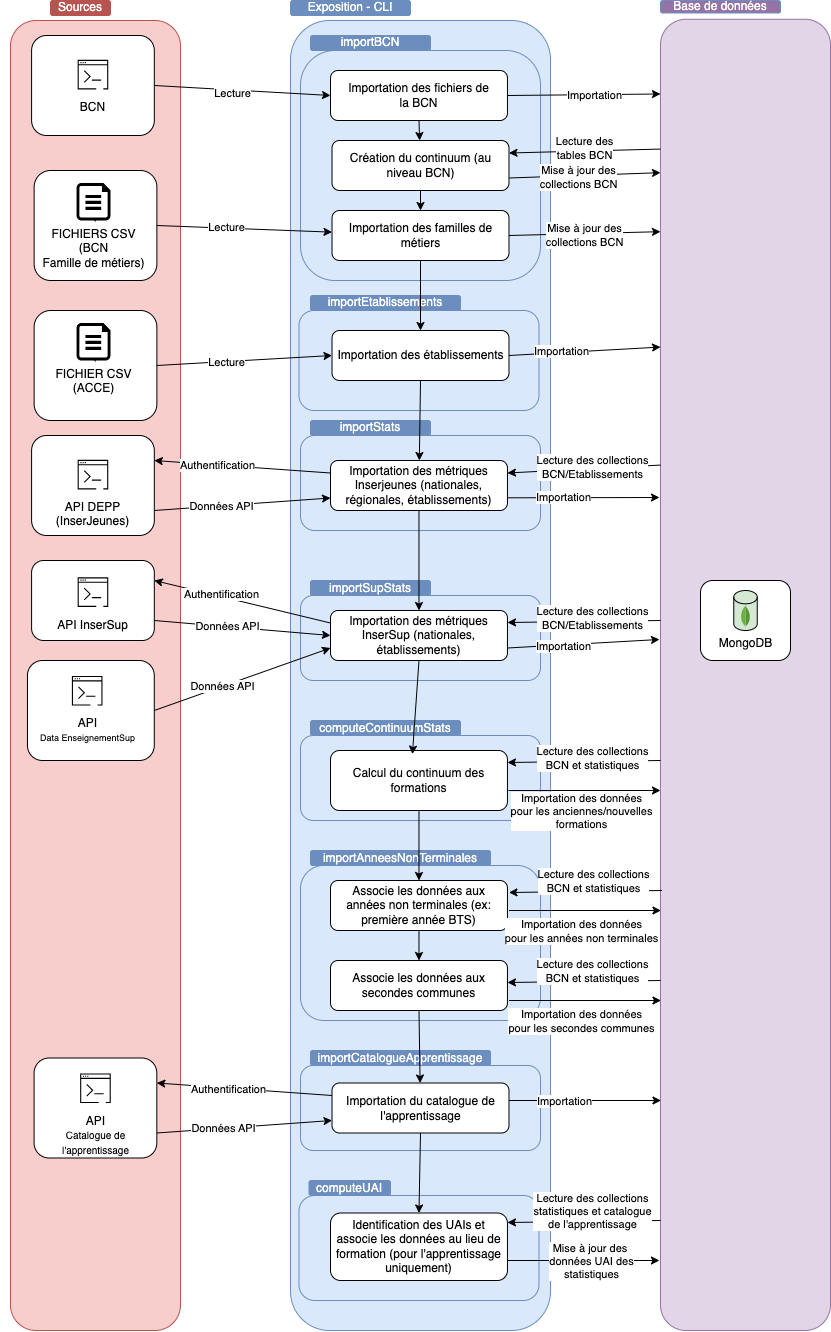
Before: docs/dat/ordonnancement_job.png, a diagram exported from draw.io (mission-apprentissage/trajectoires-pro). Source tidied: cells renumbered, new cells last; positions are measured from the earlier drawing's top-left corner, leaving out a move shared by most shapes.
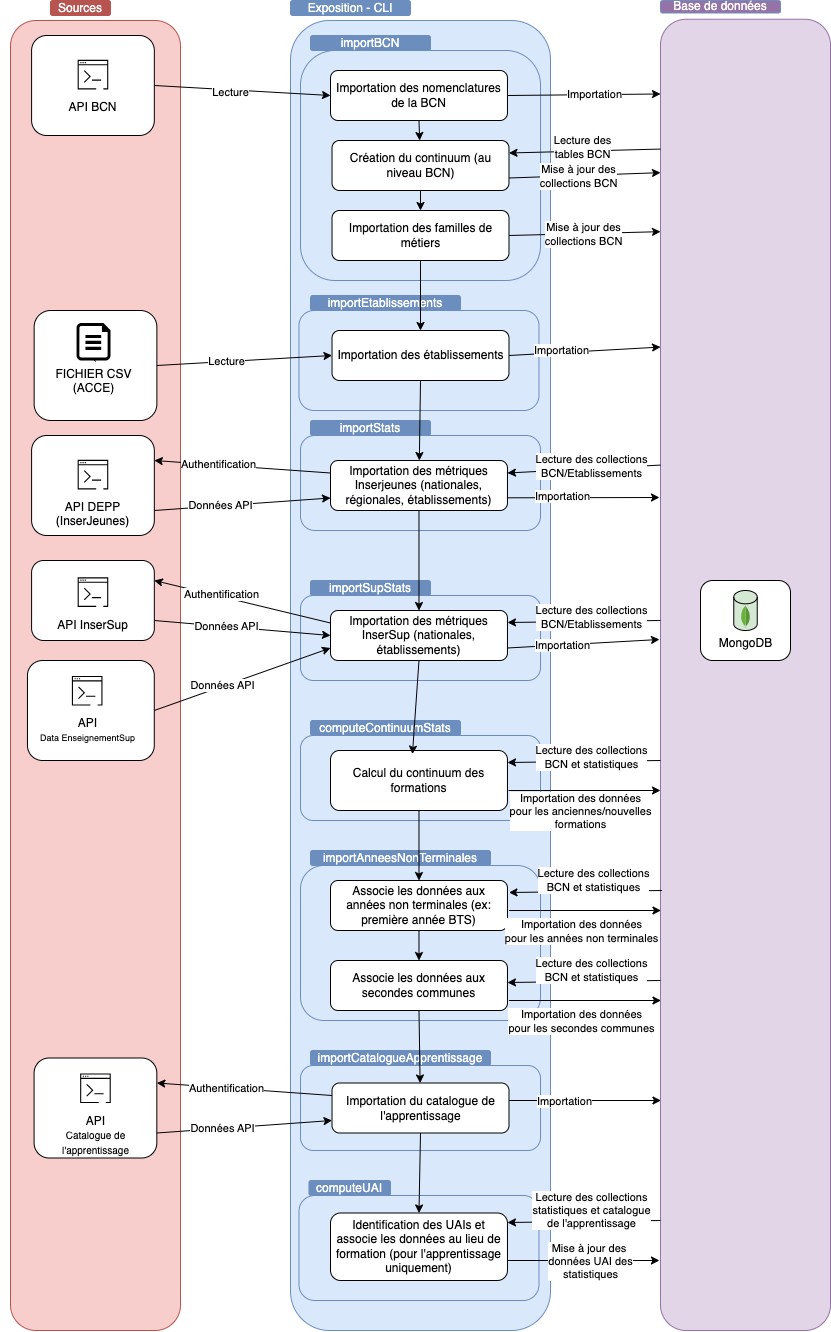
Above is the later version.

Change to the diagram source:
```diff
@@ -23,7 +23,7 @@
     <mxCell id="8" style="rounded=1;whiteSpace=wrap;html=1;" parent="7" vertex="1">
       <mxGeometry x="26.1" width="122.7" height="100" as="geometry" />
     </mxCell>
-    <mxCell id="9" value="BCN" style="sketch=0;dashed=0;verticalLabelPosition=bottom;verticalAlign=top;align=center;html=1;fontSize=12;fontStyle=0;shape=mxgraph.aws4.resourceIcon;resIcon=mxgraph.aws4.command_line_interface;" parent="7" vertex="1">
+    <mxCell id="9" value="API BCN" style="sketch=0;dashed=0;verticalLabelPosition=bottom;verticalAlign=top;align=center;html=1;fontSize=12;fontStyle=0;shape=mxgraph.aws4.resourceIcon;resIcon=mxgraph.aws4.command_line_interface;" parent="7" vertex="1">
       <mxGeometry x="68.3" y="20" width="38.3" height="38.3" as="geometry" />
     </mxCell>
     <mxCell id="10" style="rounded=1;whiteSpace=wrap;html=1;fillColor=#dae8fc;strokeColor=#6c8ebf;" parent="1" vertex="1">
@@ -35,7 +35,7 @@
     <mxCell id="12" style="edgeStyle=none;html=1;exitX=0.5;exitY=1;exitDx=0;exitDy=0;" parent="1" edge="1" source="13" target="23">
       <mxGeometry relative="1" as="geometry" />
     </mxCell>
-    <mxCell id="13" value="Importation des fichiers de la&amp;nbsp;&lt;span style=&quot;font-family: monospace; font-size: 0px; text-align: start; text-wrap-mode: nowrap;&quot;&gt;%3CmxGraphModel%3E%3Croot%3E%3CmxCell%20id%3D%220%22%2F%3E%3CmxCell%20id%3D%221%22%20parent%3D%220%22%2F%3E%3CmxCell%20id%3D%222%22%20value%3D%22%22%20style%3D%22group%3B%22%20vertex%3D%221%22%20connectable%3D%220%22%20parent%3D%221%22%3E%3CmxGeometry%20x%3D%22470%22%20y%3D%22380%22%20width%3D%2290%22%20height%3D%2280%22%20as%3D%22geometry%22%2F%3E%3C%2FmxCell%3E%3CmxCell%20id%3D%223%22%20value%3D%22%22%20style%3D%22group%22%20vertex%3D%221%22%20connectable%3D%220%22%20parent%3D%222%22%3E%3CmxGeometry%20width%3D%2290%22%20height%3D%2280%22%20as%3D%22geometry%22%2F%3E%3C%2FmxCell%3E%3CmxCell%20id%3D%224%22%20value%3D%22%22%20style%3D%22rounded%3D1%3BwhiteSpace%3Dwrap%3Bhtml%3D1%3B%22%20vertex%3D%221%22%20parent%3D%223%22%3E%3CmxGeometry%20width%3D%2290%22%20height%3D%2280%22%20as%3D%22geometry%22%2F%3E%3C%2FmxCell%3E%3CmxCell%20id%3D%225%22%20value%3D%22%22%20style%3D%22group%22%20vertex%3D%221%22%20connectable%3D%220%22%20parent%3D%223%22%3E%3CmxGeometry%20x%3D%2233.26086956521739%22%20y%3D%2210%22%20width%3D%2223.478260869565215%22%20height%3D%2240%22%20as%3D%22geometry%22%2F%3E%3C%2FmxCell%3E%3CmxCell%20id%3D%226%22%20value%3D%22%22%20style%3D%22strokeWidth%3D1%3Bhtml%3D1%3Bshape%3Dmxgraph.flowchart.database%3BwhiteSpace%3Dwrap%3BfillColor%3D%23d5e8d4%3BstrokeColor%3D%23000000%3BfillStyle%3Dauto%3B%22%20vertex%3D%221%22%20parent%3D%225%22%3E%3CmxGeometry%20width%3D%2223.478260869565215%22%20height%3D%2240%22%20as%3D%22geometry%22%2F%3E%3C%2FmxCell%3E%3CmxCell%20id%3D%227%22%20value%3D%22MongoDB%22%20style%3D%22dashed%3D0%3BoutlineConnect%3D0%3Bhtml%3D1%3Balign%3Dcenter%3BlabelPosition%3Dcenter%3BverticalLabelPosition%3Dbottom%3BverticalAlign%3Dtop%3Bshape%3Dmxgraph.weblogos.mongodb%22%20vertex%3D%221%22%20parent%3D%225%22%3E%3CmxGeometry%20x%3D%227.043478260869565%22%20y%3D%2214.533333333333331%22%20width%3D%229.391304347826086%22%20height%3D%2224.133333333333333%22%20as%3D%22geometry%22%2F%3E%3C%2FmxCell%3E%3C%2Froot%3E%3C%2FmxGraphModel%3E&lt;/span&gt;BCN" style="rounded=1;whiteSpace=wrap;html=1;" parent="1" vertex="1">
+    <mxCell id="13" value="Importation des nomenclatures de la&amp;nbsp;&lt;span style=&quot;font-family: monospace; font-size: 0px; text-align: start; text-wrap-mode: nowrap;&quot;&gt;%3CmxGraphModel%3E%3Croot%3E%3CmxCell%20id%3D%220%22%2F%3E%3CmxCell%20id%3D%221%22%20parent%3D%220%22%2F%3E%3CmxCell%20id%3D%222%22%20value%3D%22%22%20style%3D%22group%3B%22%20vertex%3D%221%22%20connectable%3D%220%22%20parent%3D%221%22%3E%3CmxGeometry%20x%3D%22470%22%20y%3D%22380%22%20width%3D%2290%22%20height%3D%2280%22%20as%3D%22geometry%22%2F%3E%3C%2FmxCell%3E%3CmxCell%20id%3D%223%22%20value%3D%22%22%20style%3D%22group%22%20vertex%3D%221%22%20connectable%3D%220%22%20parent%3D%222%22%3E%3CmxGeometry%20width%3D%2290%22%20height%3D%2280%22%20as%3D%22geometry%22%2F%3E%3C%2FmxCell%3E%3CmxCell%20id%3D%224%22%20value%3D%22%22%20style%3D%22rounded%3D1%3BwhiteSpace%3Dwrap%3Bhtml%3D1%3B%22%20vertex%3D%221%22%20parent%3D%223%22%3E%3CmxGeometry%20width%3D%2290%22%20height%3D%2280%22%20as%3D%22geometry%22%2F%3E%3C%2FmxCell%3E%3CmxCell%20id%3D%225%22%20value%3D%22%22%20style%3D%22group%22%20vertex%3D%221%22%20connectable%3D%220%22%20parent%3D%223%22%3E%3CmxGeometry%20x%3D%2233.26086956521739%22%20y%3D%2210%22%20width%3D%2223.478260869565215%22%20height%3D%2240%22%20as%3D%22geometry%22%2F%3E%3C%2FmxCell%3E%3CmxCell%20id%3D%226%22%20value%3D%22%22%20style%3D%22strokeWidth%3D1%3Bhtml%3D1%3Bshape%3Dmxgraph.flowchart.database%3BwhiteSpace%3Dwrap%3BfillColor%3D%23d5e8d4%3BstrokeColor%3D%23000000%3BfillStyle%3Dauto%3B%22%20vertex%3D%221%22%20parent%3D%225%22%3E%3CmxGeometry%20width%3D%2223.478260869565215%22%20height%3D%2240%22%20as%3D%22geometry%22%2F%3E%3C%2FmxCell%3E%3CmxCell%20id%3D%227%22%20value%3D%22MongoDB%22%20style%3D%22dashed%3D0%3BoutlineConnect%3D0%3Bhtml%3D1%3Balign%3Dcenter%3BlabelPosition%3Dcenter%3BverticalLabelPosition%3Dbottom%3BverticalAlign%3Dtop%3Bshape%3Dmxgraph.weblogos.mongodb%22%20vertex%3D%221%22%20parent%3D%225%22%3E%3CmxGeometry%20x%3D%227.043478260869565%22%20y%3D%2214.533333333333331%22%20width%3D%229.391304347826086%22%20height%3D%2224.133333333333333%22%20as%3D%22geometry%22%2F%3E%3C%2FmxCell%3E%3C%2Froot%3E%3C%2FmxGraphModel%3E&lt;/span&gt;BCN" style="rounded=1;whiteSpace=wrap;html=1;" parent="1" vertex="1">
       <mxGeometry x="330" y="70" width="177" height="50" as="geometry" />
     </mxCell>
     <mxCell id="14" style="rounded=1;whiteSpace=wrap;html=1;fillColor=#e1d5e7;strokeColor=#9673a6;" parent="1" vertex="1">
@@ -71,15 +71,6 @@
     <mxCell id="24" value="Importation des familles de métiers" style="rounded=1;whiteSpace=wrap;html=1;" parent="1" vertex="1">
       <mxGeometry x="331.5" y="210" width="177" height="50" as="geometry" />
     </mxCell>
-    <mxCell id="25" style="group;" parent="1" vertex="1">
-      <mxGeometry x="20" y="170" width="150" height="110" as="geometry" />
-    </mxCell>
-    <mxCell id="26" value="`" style="rounded=1;whiteSpace=wrap;html=1;" parent="25" vertex="1">
-      <mxGeometry x="13.6" width="122.7" height="110" as="geometry" />
-    </mxCell>
-    <mxCell id="27" value="FICHIERS CSV&lt;br&gt;(BCN&lt;br&gt;Famille de métiers)" style="verticalLabelPosition=bottom;html=1;verticalAlign=top;align=center;strokeColor=none;fillColor=#000000;shape=mxgraph.azure.cloud_services_configuration_file;" parent="25" vertex="1">
-      <mxGeometry x="56.1" y="12.4" width="33.9" height="37.6" as="geometry" />
-    </mxCell>
     <mxCell id="28" style="rounded=1;whiteSpace=wrap;html=1;fillColor=#dae8fc;strokeColor=#6c8ebf;" parent="1" vertex="1">
       <mxGeometry x="298.5" y="310" width="240" height="100" as="geometry" />
     </mxCell>
@@ -416,12 +407,6 @@
         <mxPoint x="28" as="offset" />
       </mxGeometry>
     </mxCell>
-    <mxCell id="121" style="edgeStyle=none;html=1;exitX=1;exitY=0.5;exitDx=0;exitDy=0;" parent="1" edge="1" source="26" target="24">
-      <mxGeometry relative="1" as="geometry" />
-    </mxCell>
-    <mxCell id="122" value="Lecture" style="edgeLabel;html=1;align=center;verticalAlign=middle;" parent="121" vertex="1">
-      <mxGeometry x="-0.22" y="2" relative="1" as="geometry" />
-    </mxCell>
     <mxCell id="123" style="edgeStyle=none;html=1;exitX=1;exitY=0.5;exitDx=0;exitDy=0;entryX=0;entryY=0.5;entryDx=0;entryDy=0;" parent="1" edge="1" source="31" target="35">
       <mxGeometry relative="1" as="geometry" />
     </mxCell>
```
